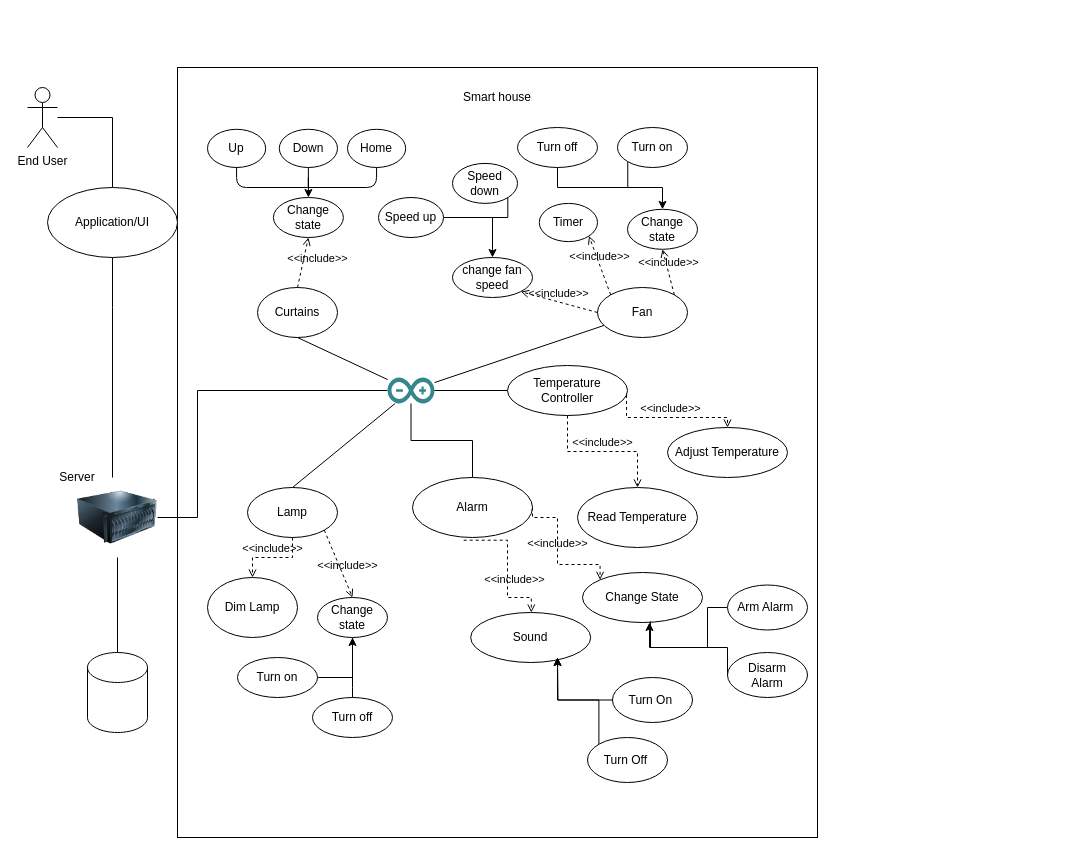
homedork-se2/Artefacts-docs keeps this draw.io diagram as Device_Group/Diagrams/Devices_UseCase.drawio. Above is the earlier version. Source tidied: cells renumbered, new cells numbered last; positions are measured from the earlier drawing's top-left corner, leaving out a move shared by most shapes. Both pictures are drawn from the tidied source at 100%, with x=0, y=0 at pixel (27, 67).
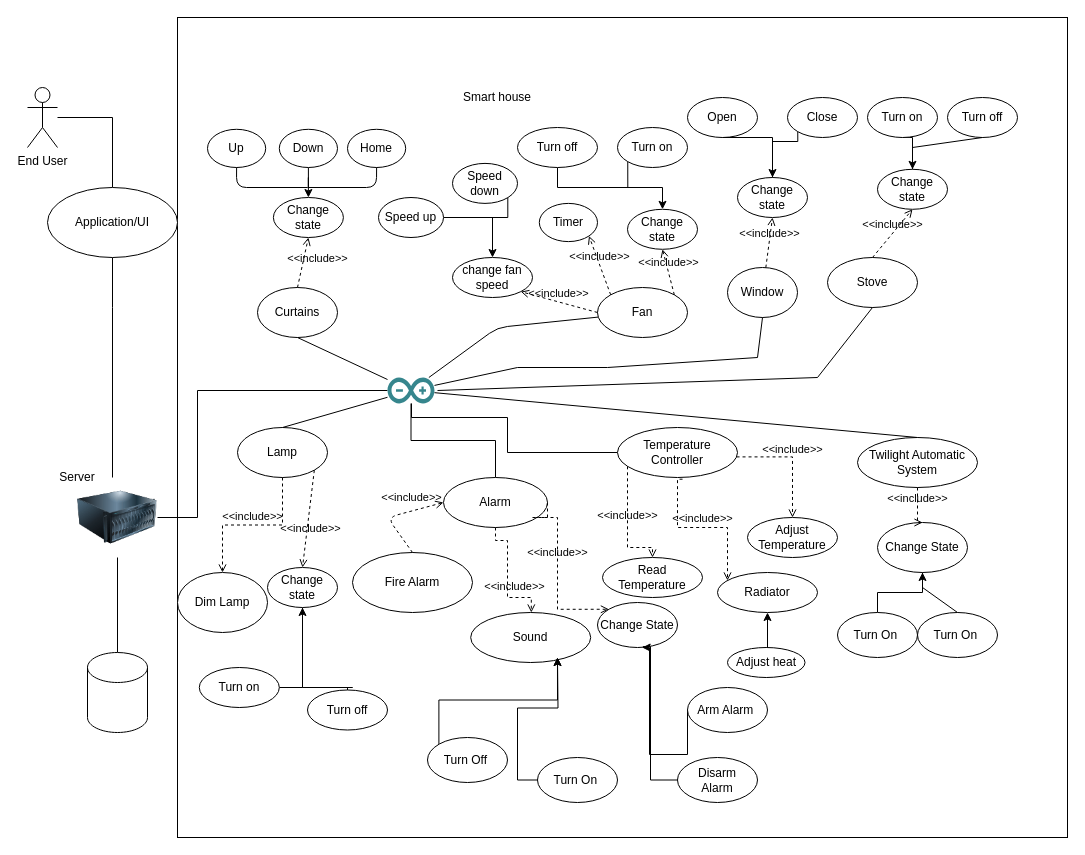
Above is the later version.

Unchanged cells that the change refers to:
```xml
<mxCell id="14" value="&lt;div&gt;Fan&lt;/div&gt;" style="ellipse;whiteSpace=wrap;html=1;" parent="1" vertex="1">
  <mxGeometry x="570" y="220" width="90" height="50" as="geometry" />
</mxCell>
<mxCell id="24" style="dashed=0;outlineConnect=0;html=1;align=center;labelPosition=center;verticalLabelPosition=bottom;verticalAlign=top;shape=mxgraph.weblogos.arduino;fillColor=#36868D;strokeColor=none;" parent="1" vertex="1">
  <mxGeometry x="360" y="310" width="47" height="26" as="geometry" />
</mxCell>
```

Diff of the diagram source:
```diff
@@
     <mxCell id="2" style="rounded=0;whiteSpace=wrap;html=1;" parent="1" vertex="1">
-      <mxGeometry x="150" width="640" height="770" as="geometry" />
+      <mxGeometry x="150" y="-50" width="890" height="820" as="geometry" />
     </mxCell>
@@
     <mxCell id="8" value="&lt;div&gt;Lamp&lt;/div&gt;" style="ellipse;whiteSpace=wrap;html=1;" parent="1" vertex="1">
-      <mxGeometry x="220" y="420" width="90" height="50" as="geometry" />
+      <mxGeometry x="210" y="360" width="90" height="50" as="geometry" />
     </mxCell>
@@
     <mxCell id="16" value="Turn on" style="ellipse;whiteSpace=wrap;html=1;" parent="1" vertex="1">
-      <mxGeometry x="210" y="590" width="80" height="40" as="geometry" />
+      <mxGeometry x="171.8" y="600" width="80" height="40" as="geometry" />
     </mxCell>
@@
     <mxCell id="18" value="Turn off " style="ellipse;whiteSpace=wrap;html=1;direction=west;" parent="1" vertex="1">
-      <mxGeometry x="285" y="630" width="80" height="40" as="geometry" />
+      <mxGeometry x="280" y="622.5" width="80" height="40" as="geometry" />
     </mxCell>
@@
     <mxCell id="26" style="endArrow=none;html=1;" parent="1" edge="1" source="14" target="24">
-      <mxGeometry relative="1" as="geometry" />
+      <mxGeometry relative="1" as="geometry">
+        <Array as="points">
+          <mxPoint x="470" y="260" />
+        </Array>
+      </mxGeometry>
     </mxCell>
@@
     <mxCell id="34" value="&lt;div&gt;Change state&lt;/div&gt;" style="ellipse;whiteSpace=wrap;html=1;" parent="1" vertex="1">
-      <mxGeometry x="290" y="530" width="70" height="40" as="geometry" />
+      <mxGeometry x="240" y="500" width="70" height="40" as="geometry" />
     </mxCell>
@@
     <mxCell id="48" value="Dim Lamp" style="ellipse;whiteSpace=wrap;html=1;" parent="1" vertex="1">
-      <mxGeometry x="180" y="510" width="90" height="60" as="geometry" />
+      <mxGeometry x="150" y="505" width="90" height="60" as="geometry" />
     </mxCell>
@@
     <mxCell id="50" style="edgeStyle=orthogonalEdgeStyle;rounded=0;jettySize=auto;html=1;exitX=0;exitY=0.5;exitDx=0;exitDy=0;endArrow=none;endFill=0;" parent="1" edge="1" source="51" target="24">
       <mxGeometry relative="1" as="geometry">
         <Array as="points">
-          <mxPoint x="480" y="323" />
+          <mxPoint x="480" y="385" />
+          <mxPoint x="480" y="350" />
+          <mxPoint x="384" y="350" />
         </Array>
       </mxGeometry>
     </mxCell>
     <mxCell id="51" value="Temperature Controller" style="ellipse;whiteSpace=wrap;html=1;" parent="1" vertex="1">
-      <mxGeometry x="480" y="298" width="120" height="50" as="geometry" />
+      <mxGeometry x="590" y="360" width="120" height="50" as="geometry" />
     </mxCell>
@@
     <mxCell id="53" value="Adjust Temperature" style="ellipse;whiteSpace=wrap;html=1;" parent="1" vertex="1">
-      <mxGeometry x="640" y="360" width="120" height="50" as="geometry" />
+      <mxGeometry x="720" y="450" width="90" height="40" as="geometry" />
     </mxCell>
     <mxCell id="54" value="&amp;lt;&amp;lt;include&amp;gt;&amp;gt;" style="html=1;verticalAlign=bottom;labelBackgroundColor=none;endArrow=open;endFill=0;dashed=1;rounded=0;edgeStyle=orthogonalEdgeStyle;exitX=0.992;exitY=0.588;exitDx=0;exitDy=0;exitPerimeter=0;entryX=0.5;entryY=0;entryDx=0;entryDy=0;" parent="1" edge="1" source="51" target="53">
       <mxGeometry relative="1" as="geometry">
         <Array as="points">
-          <mxPoint x="599" y="350" />
-          <mxPoint x="700" y="350" />
+          <mxPoint x="765" y="389" />
         </Array>
       </mxGeometry>
     </mxCell>
     <mxCell id="55" value="Read Temperature" style="ellipse;whiteSpace=wrap;html=1;" parent="1" vertex="1">
-      <mxGeometry x="550" y="420" width="120" height="60" as="geometry" />
+      <mxGeometry x="575" y="490" width="100" height="40" as="geometry" />
     </mxCell>
     <mxCell id="56" value="&amp;lt;&amp;lt;include&amp;gt;&amp;gt;" style="html=1;verticalAlign=bottom;labelBackgroundColor=none;endArrow=open;endFill=0;dashed=1;rounded=0;edgeStyle=orthogonalEdgeStyle;entryX=0.5;entryY=0;entryDx=0;entryDy=0;" parent="1" edge="1" source="51" target="55">
-      <mxGeometry relative="1" as="geometry" />
+      <mxGeometry relative="1" as="geometry">
+        <Array as="points">
+          <mxPoint x="600" y="480" />
+        </Array>
+      </mxGeometry>
     </mxCell>
@@
     <mxCell id="58" value="Alarm" style="ellipse;whiteSpace=wrap;html=1;" parent="1" vertex="1">
-      <mxGeometry x="385" y="410" width="120" height="60" as="geometry" />
+      <mxGeometry x="416" y="410" width="104" height="50" as="geometry" />
     </mxCell>
     <mxCell id="59" value="Change State" style="ellipse;whiteSpace=wrap;html=1;" parent="1" vertex="1">
-      <mxGeometry x="555" y="505" width="120" height="50" as="geometry" />
+      <mxGeometry x="570" y="535" width="80" height="45" as="geometry" />
     </mxCell>
@@
     <mxCell id="61" style="edgeStyle=orthogonalEdgeStyle;rounded=0;jettySize=auto;html=1;exitX=0;exitY=0.5;exitDx=0;exitDy=0;entryX=0.558;entryY=1;entryDx=0;entryDy=0;entryPerimeter=0;endArrow=classic;endFill=1;" parent="1" edge="1" source="62" target="59">
       <mxGeometry relative="1" as="geometry">
         <Array as="points">
-          <mxPoint x="680" y="540" />
-          <mxPoint x="680" y="580" />
-          <mxPoint x="622" y="580" />
+          <mxPoint x="622" y="687" />
         </Array>
       </mxGeometry>
     </mxCell>
     <mxCell id="62" value="Arm Alarm&amp;nbsp;" style="ellipse;whiteSpace=wrap;html=1;" parent="1" vertex="1">
-      <mxGeometry x="700" y="517.5" width="80" height="45" as="geometry" />
+      <mxGeometry x="660" y="620" width="80" height="45" as="geometry" />
     </mxCell>
     <mxCell id="63" style="edgeStyle=orthogonalEdgeStyle;rounded=0;jettySize=auto;html=1;exitX=0;exitY=0.5;exitDx=0;exitDy=0;entryX=0.567;entryY=0.98;entryDx=0;entryDy=0;entryPerimeter=0;endArrow=none;endFill=0;" parent="1" edge="1" source="64" target="59">
       <mxGeometry relative="1" as="geometry">
         <Array as="points">
-          <mxPoint x="700" y="580" />
-          <mxPoint x="623" y="580" />
+          <mxPoint x="623" y="712" />
         </Array>
       </mxGeometry>
     </mxCell>
     <mxCell id="64" value="Disarm&lt;br&gt;Alarm" style="ellipse;whiteSpace=wrap;html=1;" parent="1" vertex="1">
-      <mxGeometry x="700" y="585" width="80" height="45" as="geometry" />
+      <mxGeometry x="650" y="690" width="80" height="45" as="geometry" />
     </mxCell>
@@
-    <mxCell id="66" value="&amp;lt;&amp;lt;include&amp;gt;&amp;gt;" style="html=1;verticalAlign=bottom;labelBackgroundColor=none;endArrow=open;endFill=0;dashed=1;rounded=0;edgeStyle=orthogonalEdgeStyle;entryX=0;entryY=0;entryDx=0;entryDy=0;exitX=1;exitY=0.5;exitDx=0;exitDy=0;" parent="1" edge="1">
+    <mxCell id="66" value="&amp;lt;&amp;lt;include&amp;gt;&amp;gt;" style="html=1;verticalAlign=bottom;labelBackgroundColor=none;endArrow=open;endFill=0;dashed=1;rounded=0;edgeStyle=orthogonalEdgeStyle;entryX=0;entryY=0;entryDx=0;entryDy=0;exitX=0.5;exitY=1;exitDx=0;exitDy=0;" parent="1" edge="1" source="58">
       <mxGeometry x="0.32" y="7" relative="1" as="geometry">
-        <mxPoint x="436.2" y="472.7" as="sourcePoint" />
         <mxPoint x="503.8" y="545" as="targetPoint" />
         <Array as="points">
+          <mxPoint x="468" y="473" />
           <mxPoint x="480" y="473" />
           <mxPoint x="480" y="530" />
           <mxPoint x="504" y="530" />
         </Array>
       </mxGeometry>
     </mxCell>
@@
     <mxCell id="68" value="Turn On&amp;nbsp;" style="ellipse;whiteSpace=wrap;html=1;" parent="1" vertex="1">
-      <mxGeometry x="585" y="610" width="80" height="45" as="geometry" />
+      <mxGeometry x="510" y="690" width="80" height="45" as="geometry" />
     </mxCell>
@@
     <mxCell id="70" value="Turn Off&amp;nbsp;" style="ellipse;whiteSpace=wrap;html=1;" parent="1" vertex="1">
-      <mxGeometry x="560" y="670" width="80" height="45" as="geometry" />
+      <mxGeometry x="400" y="670" width="80" height="45" as="geometry" />
     </mxCell>
+    <mxCell id="71" value="&lt;div&gt;Window&lt;/div&gt;" style="ellipse;whiteSpace=wrap;html=1;" parent="1" vertex="1">
+      <mxGeometry x="700" y="200" width="70" height="50" as="geometry" />
+    </mxCell>
+    <mxCell id="72" value="&lt;div&gt;Change state&lt;/div&gt;" style="ellipse;whiteSpace=wrap;html=1;" parent="1" vertex="1">
+      <mxGeometry x="710" y="110" width="70" height="40" as="geometry" />
+    </mxCell>
+    <mxCell id="73" value="&amp;lt;&amp;lt;include&amp;gt;&amp;gt;" style="html=1;verticalAlign=bottom;labelBackgroundColor=none;endArrow=open;endFill=0;dashed=1;entryX=0.5;entryY=1;entryDx=0;entryDy=0;" parent="1" edge="1" source="71" target="72">
+      <mxGeometry relative="1" as="geometry" />
+    </mxCell>
+    <mxCell id="74" value="Open" style="ellipse;whiteSpace=wrap;html=1;" parent="1" vertex="1">
+      <mxGeometry x="660" y="30" width="70" height="40" as="geometry" />
+    </mxCell>
+    <mxCell id="75" style="edgeStyle=orthogonalEdgeStyle;rounded=0;jettySize=auto;html=1;exitX=0;exitY=1;exitDx=0;exitDy=0;" parent="1" edge="1" source="76" target="72">
+      <mxGeometry relative="1" as="geometry">
+        <Array as="points">
+          <mxPoint x="745" y="74" />
+        </Array>
+      </mxGeometry>
+    </mxCell>
+    <mxCell id="76" value="Close" style="ellipse;whiteSpace=wrap;html=1;" parent="1" vertex="1">
+      <mxGeometry x="760" y="30" width="70" height="40" as="geometry" />
+    </mxCell>
+    <mxCell id="77" style="endArrow=none;html=1;rounded=0;exitX=0.5;exitY=1;exitDx=0;exitDy=0;entryX=0.5;entryY=0;entryDx=0;entryDy=0;" parent="1" edge="1" source="74" target="72">
+      <mxGeometry relative="1" as="geometry">
+        <Array as="points">
+          <mxPoint x="745" y="70" />
+        </Array>
+      </mxGeometry>
+    </mxCell>
+    <mxCell id="78" style="endArrow=none;html=1;rounded=0;exitX=0.5;exitY=1;exitDx=0;exitDy=0;" parent="1" edge="1" source="71" target="24">
+      <mxGeometry relative="1" as="geometry">
+        <Array as="points">
+          <mxPoint x="730" y="290" />
+          <mxPoint x="580" y="300" />
+          <mxPoint x="490" y="300" />
+        </Array>
+      </mxGeometry>
+    </mxCell>
+    <mxCell id="79" value="&lt;div&gt;&lt;span&gt;Radiator&lt;/span&gt;&lt;/div&gt;" style="ellipse;whiteSpace=wrap;html=1;" parent="1" vertex="1">
+      <mxGeometry x="690" y="505" width="100" height="40" as="geometry" />
+    </mxCell>
+    <mxCell id="80" value="&amp;lt;&amp;lt;include&amp;gt;&amp;gt;" style="html=1;verticalAlign=bottom;labelBackgroundColor=none;endArrow=open;endFill=0;dashed=1;rounded=0;edgeStyle=orthogonalEdgeStyle;exitX=0.542;exitY=1.034;exitDx=0;exitDy=0;exitPerimeter=0;" parent="1" edge="1" source="51" target="79">
+      <mxGeometry relative="1" as="geometry">
+        <Array as="points">
+          <mxPoint x="650" y="412" />
+          <mxPoint x="650" y="460" />
+          <mxPoint x="700" y="460" />
+        </Array>
+      </mxGeometry>
+    </mxCell>
+    <mxCell id="81" style="edgeStyle=orthogonalEdgeStyle;rounded=0;jettySize=auto;html=1;exitX=0.5;exitY=0;exitDx=0;exitDy=0;entryX=0.5;entryY=1;entryDx=0;entryDy=0;" parent="1" edge="1" source="82" target="79">
+      <mxGeometry relative="1" as="geometry" />
+    </mxCell>
+    <mxCell id="82" value="Adjust heat" style="ellipse;whiteSpace=wrap;html=1;" parent="1" vertex="1">
+      <mxGeometry x="700" y="580" width="77.5" height="30" as="geometry" />
+    </mxCell>
+    <mxCell id="83" value="Stove" style="ellipse;whiteSpace=wrap;html=1;" parent="1" vertex="1">
+      <mxGeometry x="800" y="190" width="90" height="50" as="geometry" />
+    </mxCell>
+    <mxCell id="84" value="&lt;div&gt;Change state&lt;/div&gt;" style="ellipse;whiteSpace=wrap;html=1;" parent="1" vertex="1">
+      <mxGeometry x="850" y="101.8" width="70" height="40" as="geometry" />
+    </mxCell>
+    <mxCell id="85" value="&amp;lt;&amp;lt;include&amp;gt;&amp;gt;" style="html=1;verticalAlign=bottom;labelBackgroundColor=none;endArrow=open;endFill=0;dashed=1;entryX=0.5;entryY=1;entryDx=0;entryDy=0;exitX=0.5;exitY=0;exitDx=0;exitDy=0;" parent="1" edge="1" source="83" target="84">
+      <mxGeometry relative="1" as="geometry" />
+    </mxCell>
+    <mxCell id="86" style="edgeStyle=orthogonalEdgeStyle;rounded=0;jettySize=auto;html=1;exitX=0.5;exitY=1;exitDx=0;exitDy=0;entryX=0.5;entryY=0;entryDx=0;entryDy=0;" parent="1" edge="1" source="87" target="84">
+      <mxGeometry relative="1" as="geometry" />
+    </mxCell>
+    <mxCell id="87" value="Turn on" style="ellipse;whiteSpace=wrap;html=1;" parent="1" vertex="1">
+      <mxGeometry x="840" y="30" width="70" height="40" as="geometry" />
+    </mxCell>
+    <mxCell id="88" value="Turn off" style="ellipse;whiteSpace=wrap;html=1;" parent="1" vertex="1">
+      <mxGeometry x="920" y="30" width="70" height="40" as="geometry" />
+    </mxCell>
+    <mxCell id="89" style="endArrow=none;html=1;rounded=0;exitX=0.5;exitY=1;exitDx=0;exitDy=0;entryX=0.5;entryY=0;entryDx=0;entryDy=0;" parent="1" edge="1" source="88" target="84">
+      <mxGeometry relative="1" as="geometry">
+        <Array as="points">
+          <mxPoint x="885" y="80" />
+        </Array>
+      </mxGeometry>
+    </mxCell>
+    <mxCell id="90" style="endArrow=none;html=1;rounded=0;entryX=0.5;entryY=1;entryDx=0;entryDy=0;" parent="1" edge="1" target="83">
+      <mxGeometry relative="1" as="geometry">
+        <mxPoint x="410" y="323" as="sourcePoint" />
+        <Array as="points">
+          <mxPoint x="790" y="310" />
+        </Array>
+      </mxGeometry>
+    </mxCell>
+    <mxCell id="91" value="Fire Alarm" style="ellipse;whiteSpace=wrap;html=1;" parent="1" vertex="1">
+      <mxGeometry x="325" y="485" width="120" height="60" as="geometry" />
+    </mxCell>
+    <mxCell id="92" value="&amp;lt;&amp;lt;include&amp;gt;&amp;gt;" style="html=1;verticalAlign=bottom;labelBackgroundColor=none;endArrow=open;endFill=0;dashed=1;exitX=0.5;exitY=0;exitDx=0;exitDy=0;entryX=0;entryY=0.5;entryDx=0;entryDy=0;" parent="1" edge="1" source="91" target="58">
+      <mxGeometry x="0.36" y="4" relative="1" as="geometry">
+        <Array as="points">
+          <mxPoint x="360" y="450" />
+        </Array>
+      </mxGeometry>
+    </mxCell>
+    <mxCell id="93" value="&lt;div&gt;&lt;span lang=&quot;SV&quot;&gt;Twilight Automatic System&lt;/span&gt;&lt;/div&gt;" style="ellipse;whiteSpace=wrap;html=1;" parent="1" vertex="1">
+      <mxGeometry x="830" y="370" width="120" height="50" as="geometry" />
+    </mxCell>
+    <mxCell id="94" value="Change State" style="ellipse;whiteSpace=wrap;html=1;" parent="1" vertex="1">
+      <mxGeometry x="850" y="455" width="90" height="50" as="geometry" />
+    </mxCell>
+    <mxCell id="95" value="&amp;lt;&amp;lt;include&amp;gt;&amp;gt;" style="html=1;verticalAlign=bottom;labelBackgroundColor=none;endArrow=open;endFill=0;dashed=1;rounded=0;edgeStyle=orthogonalEdgeStyle;exitX=0.5;exitY=1;exitDx=0;exitDy=0;entryX=0.5;entryY=0;entryDx=0;entryDy=0;" parent="1" edge="1" source="93" target="94">
+      <mxGeometry relative="1" as="geometry">
+        <Array as="points">
+          <mxPoint x="890" y="455" />
+        </Array>
+      </mxGeometry>
+    </mxCell>
+    <mxCell id="96" style="edgeStyle=orthogonalEdgeStyle;rounded=0;jettySize=auto;html=1;exitX=0.5;exitY=0;exitDx=0;exitDy=0;entryX=0.5;entryY=1;entryDx=0;entryDy=0;" parent="1" edge="1" source="97" target="94">
+      <mxGeometry relative="1" as="geometry" />
+    </mxCell>
+    <mxCell id="97" value="Turn On&amp;nbsp;" style="ellipse;whiteSpace=wrap;html=1;" parent="1" vertex="1">
+      <mxGeometry x="810" y="545" width="80" height="45" as="geometry" />
+    </mxCell>
+    <mxCell id="98" value="Turn On&amp;nbsp;" style="ellipse;whiteSpace=wrap;html=1;" parent="1" vertex="1">
+      <mxGeometry x="890" y="545" width="80" height="45" as="geometry" />
+    </mxCell>
+    <mxCell id="99" style="endArrow=none;html=1;rounded=0;exitX=0.5;exitY=0;exitDx=0;exitDy=0;entryX=0.5;entryY=1;entryDx=0;entryDy=0;" parent="1" edge="1" source="98" target="94">
+      <mxGeometry relative="1" as="geometry">
+        <Array as="points">
+          <mxPoint x="895" y="520" />
+        </Array>
+      </mxGeometry>
+    </mxCell>
+    <mxCell id="100" style="endArrow=none;html=1;rounded=0;entryX=0.5;entryY=0;entryDx=0;entryDy=0;" parent="1" edge="1" source="24" target="93">
+      <mxGeometry relative="1" as="geometry" />
+    </mxCell>
```
